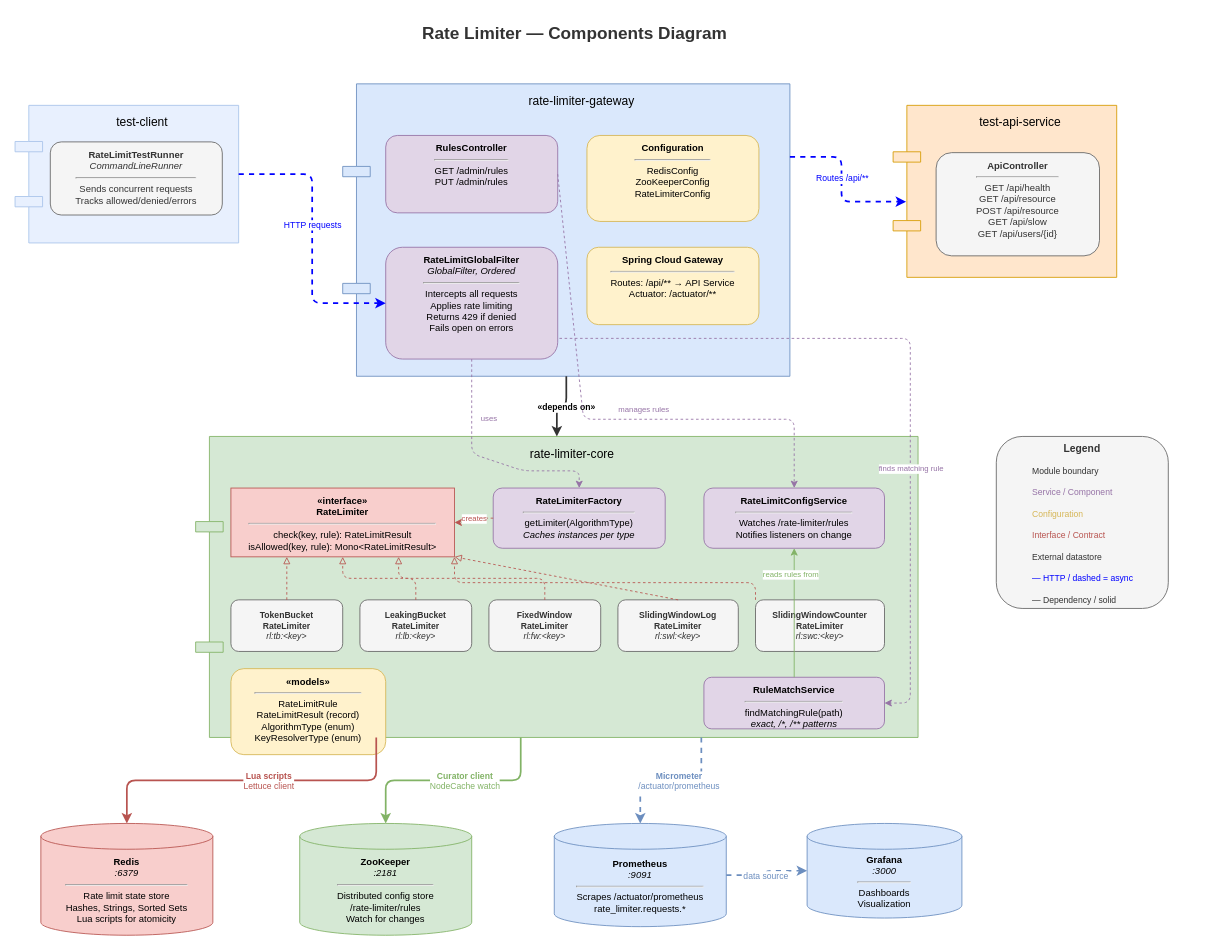
Before: components-diagram.drawio in azastashkov/rate-limiter, a draw.io diagram. Source tidied: cells renumbered, new cells numbered last; positions are measured from the earlier drawing's top-left corner, leaving out a move shared by most shapes. Both pictures are drawn from the tidied source at 86%, with x=0, y=0 at pixel (15, 15).
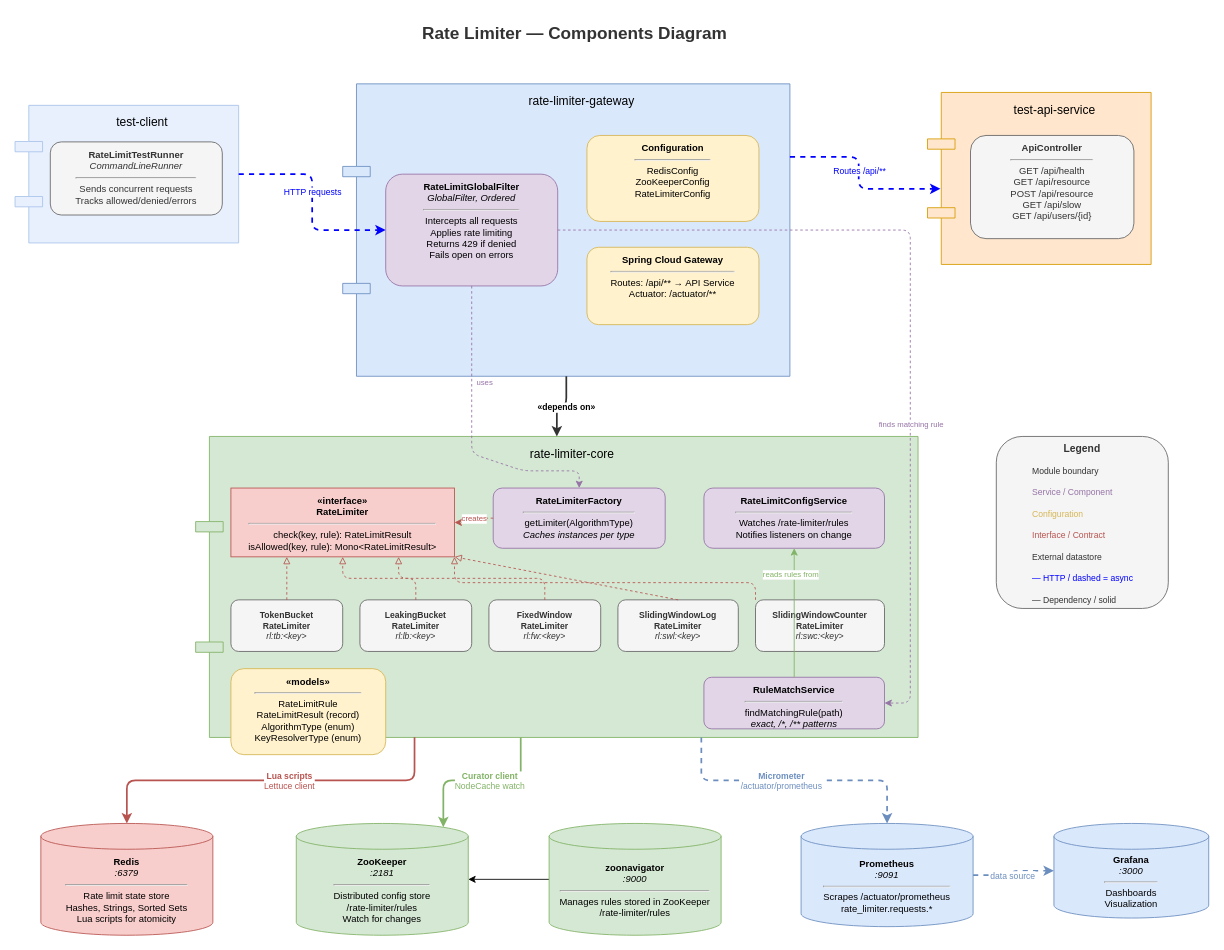
The same diagram, later.

Unchanged cells that the change refers to:
```xml
<mxCell id="7" value="rate-limiter-core" style="shape=component;align=center;spacingLeft=36;rounded=1;shadow=0;strokeColor=#82b366;fillColor=#d5e8d4;fontSize=14;verticalAlign=top;spacingTop=5;whiteSpace=wrap;" parent="1" vertex="1">
  <mxGeometry x="210" y="490" width="840" height="350" as="geometry" />
</mxCell>
<mxCell id="15" value="&lt;b&gt;RateLimitConfigService&lt;/b&gt;&lt;hr&gt;Watches /rate-limiter/rules&lt;br&gt;Notifies listeners on change" style="rounded=1;whiteSpace=wrap;html=1;fillColor=#e1d5e7;strokeColor=#9673a6;fontSize=11;verticalAlign=top;spacingTop=2;align=center;" parent="1" vertex="1">
  <mxGeometry x="801" y="550" width="210" height="70" as="geometry" />
</mxCell>
<mxCell id="16" value="&lt;b&gt;RuleMatchService&lt;/b&gt;&lt;hr&gt;findMatchingRule(path)&lt;br&gt;&lt;i&gt;exact, /*, /** patterns&lt;/i&gt;" style="rounded=1;whiteSpace=wrap;html=1;fillColor=#e1d5e7;strokeColor=#9673a6;fontSize=11;verticalAlign=top;spacingTop=2;align=center;" parent="1" vertex="1">
  <mxGeometry x="801" y="770" width="210" height="60" as="geometry" />
</mxCell>
<mxCell id="22" value="&lt;b&gt;Redis&lt;/b&gt;&lt;br&gt;&lt;i&gt;:6379&lt;/i&gt;&lt;hr&gt;Rate limit state store&lt;br&gt;Hashes, Strings, Sorted Sets&lt;br&gt;Lua scripts for atomicity" style="shape=cylinder3;whiteSpace=wrap;html=1;boundedLbl=1;backgroundOutline=1;size=15;fillColor=#f8cecc;strokeColor=#b85450;fontSize=11;verticalAlign=middle;align=center;" parent="1" vertex="1">
  <mxGeometry x="30" y="940" width="200" height="130" as="geometry" />
</mxCell>
```

Diff of the diagram source:
```diff
@@
     <mxCell id="3" value="&lt;b&gt;RateLimitGlobalFilter&lt;/b&gt;&lt;br&gt;&lt;i&gt;GlobalFilter, Ordered&lt;/i&gt;&lt;br&gt;&lt;hr&gt;Intercepts all requests&lt;br&gt;Applies rate limiting&lt;br&gt;Returns 429 if denied&lt;br&gt;Fails open on errors" style="rounded=1;whiteSpace=wrap;html=1;fillColor=#e1d5e7;strokeColor=#9673a6;fontSize=11;verticalAlign=top;spacingTop=2;align=center;" parent="1" vertex="1">
-      <mxGeometry x="431" y="270" width="200" height="130" as="geometry" />
+      <mxGeometry x="431" y="185" width="200" height="130" as="geometry" />
     </mxCell>
-    <mxCell id="4" value="&lt;b&gt;RulesController&lt;/b&gt;&lt;br&gt;&lt;hr&gt;GET /admin/rules&lt;br&gt;PUT /admin/rules" style="rounded=1;whiteSpace=wrap;html=1;fillColor=#e1d5e7;strokeColor=#9673a6;fontSize=11;verticalAlign=top;spacingTop=2;align=center;" parent="1" vertex="1">
-      <mxGeometry x="431" y="140" width="200" height="90" as="geometry" />
-    </mxCell>
@@
     <mxCell id="18" value="test-api-service" style="shape=component;align=center;spacingLeft=36;rounded=1;shadow=0;strokeColor=#d79b00;fillColor=#ffe6cc;fontSize=14;verticalAlign=top;spacingTop=5;whiteSpace=wrap;" parent="1" vertex="1">
-      <mxGeometry x="1021" y="105" width="260" height="200" as="geometry" />
+      <mxGeometry x="1061" y="90" width="260" height="200" as="geometry" />
     </mxCell>
     <mxCell id="19" value="&lt;b&gt;ApiController&lt;/b&gt;&lt;hr&gt;GET /api/health&lt;br&gt;GET /api/resource&lt;br&gt;POST /api/resource&lt;br&gt;GET /api/slow&lt;br&gt;GET /api/users/{id}" style="rounded=1;whiteSpace=wrap;html=1;fillColor=#f5f5f5;strokeColor=#666666;fontSize=11;verticalAlign=top;spacingTop=2;align=center;fontColor=#333333;" parent="1" vertex="1">
-      <mxGeometry x="1071" y="160" width="190" height="120" as="geometry" />
+      <mxGeometry x="1111" y="140" width="190" height="120" as="geometry" />
     </mxCell>
@@
     <mxCell id="23" value="&lt;b&gt;ZooKeeper&lt;/b&gt;&lt;br&gt;&lt;i&gt;:2181&lt;/i&gt;&lt;hr&gt;Distributed config store&lt;br&gt;/rate-limiter/rules&lt;br&gt;Watch for changes" style="shape=cylinder3;whiteSpace=wrap;html=1;boundedLbl=1;backgroundOutline=1;size=15;fillColor=#d5e8d4;strokeColor=#82b366;fontSize=11;verticalAlign=middle;align=center;" parent="1" vertex="1">
-      <mxGeometry x="331" y="940" width="200" height="130" as="geometry" />
+      <mxGeometry x="327" y="940" width="200" height="130" as="geometry" />
     </mxCell>
     <mxCell id="24" value="&lt;b&gt;Prometheus&lt;/b&gt;&lt;br&gt;&lt;i&gt;:9091&lt;/i&gt;&lt;hr&gt;Scrapes /actuator/prometheus&lt;br&gt;rate_limiter.requests.*" style="shape=cylinder3;whiteSpace=wrap;html=1;boundedLbl=1;backgroundOutline=1;size=15;fillColor=#dae8fc;strokeColor=#6c8ebf;fontSize=11;verticalAlign=middle;align=center;" parent="1" vertex="1">
-      <mxGeometry x="627" y="940" width="200" height="120" as="geometry" />
+      <mxGeometry x="914" y="940" width="200" height="120" as="geometry" />
     </mxCell>
     <mxCell id="25" value="&lt;b&gt;Grafana&lt;/b&gt;&lt;br&gt;&lt;i&gt;:3000&lt;/i&gt;&lt;hr&gt;Dashboards&lt;br&gt;Visualization" style="shape=cylinder3;whiteSpace=wrap;html=1;boundedLbl=1;backgroundOutline=1;size=15;fillColor=#dae8fc;strokeColor=#6c8ebf;fontSize=11;verticalAlign=middle;align=center;" parent="1" vertex="1">
-      <mxGeometry x="921" y="940" width="180" height="110" as="geometry" />
+      <mxGeometry x="1208" y="940" width="180" height="110" as="geometry" />
     </mxCell>
@@
-    <mxCell id="34" style="rounded=1;jettySize=auto;strokeColor=#9673a6;strokeWidth=1;dashed=1;exitX=1.01;exitY=0.815;exitDx=0;exitDy=0;exitPerimeter=0;" parent="1" edge="1" source="3" target="16">
+    <mxCell id="34" style="rounded=1;jettySize=auto;strokeColor=#9673a6;strokeWidth=1;dashed=1;exitX=1;exitY=0.5;exitDx=0;exitDy=0;" parent="1" edge="1" source="3" target="16">
       <mxGeometry relative="1" as="geometry">
         <Array as="points">
-          <mxPoint x="1041" y="376" />
+          <mxPoint x="1041" y="250" />
           <mxPoint x="1041" y="800" />
         </Array>
       </mxGeometry>
     </mxCell>
     <mxCell id="35" value="finds matching rule" style="edgeLabel;html=1;align=center;verticalAlign=middle;fontSize=9;fontColor=#9673a6;" parent="34" vertex="1">
-      <mxGeometry x="0.3" relative="1" as="geometry" />
+      <mxGeometry x="0.3" relative="1" as="geometry">
+        <mxPoint y="-9" as="offset" />
+      </mxGeometry>
     </mxCell>
-    <mxCell id="36" style="rounded=1;jettySize=auto;exitX=1;exitY=0.5;exitDx=0;exitDy=0;entryX=0.5;entryY=0;entryDx=0;entryDy=0;strokeColor=#9673a6;strokeWidth=1;dashed=1;" parent="1" edge="1" source="4" target="15">
-      <mxGeometry relative="1" as="geometry">
-        <Array as="points">
-          <mxPoint x="661" y="470" />
-          <mxPoint x="906" y="470" />
-        </Array>
-      </mxGeometry>
-    </mxCell>
-    <mxCell id="37" value="manages rules" style="edgeLabel;html=1;align=center;verticalAlign=middle;fontSize=9;fontColor=#9673a6;" parent="36" vertex="1">
-      <mxGeometry x="-0.1" relative="1" as="geometry">
-        <mxPoint x="71" as="offset" />
-      </mxGeometry>
-    </mxCell>
@@
-    <mxCell id="47" style="edgeStyle=orthogonalEdgeStyle;rounded=1;jettySize=auto;exitX=0.25;exitY=1;exitDx=0;exitDy=0;entryX=0.5;entryY=0;entryDx=0;entryDy=0;strokeColor=#b85450;strokeWidth=2;" parent="1" edge="1" source="7" target="22">
+    <mxCell id="47" style="edgeStyle=orthogonalEdgeStyle;rounded=1;jettySize=auto;entryX=0.5;entryY=0;entryDx=0;entryDy=0;strokeColor=#b85450;strokeWidth=2;exitX=0.303;exitY=0.999;exitDx=0;exitDy=0;exitPerimeter=0;" parent="1" edge="1" source="7" target="22">
       <mxGeometry relative="1" as="geometry" />
     </mxCell>
@@
-    <mxCell id="49" style="edgeStyle=orthogonalEdgeStyle;rounded=1;jettySize=auto;exitX=0.45;exitY=1;exitDx=0;exitDy=0;entryX=0.5;entryY=0;entryDx=0;entryDy=0;strokeColor=#82b366;strokeWidth=2;" parent="1" edge="1" source="7" target="23">
+    <mxCell id="49" style="edgeStyle=orthogonalEdgeStyle;rounded=1;jettySize=auto;exitX=0.45;exitY=1;exitDx=0;exitDy=0;entryX=0.855;entryY=0;entryDx=0;entryDy=4.35;strokeColor=#82b366;strokeWidth=2;entryPerimeter=0;" parent="1" edge="1" source="7" target="23">
       <mxGeometry relative="1" as="geometry" />
     </mxCell>
@@
+    <mxCell id="64" style="edgeStyle=orthogonalEdgeStyle;rounded=0;jettySize=auto;html=1;exitX=0;exitY=0.5;exitDx=0;exitDy=0;exitPerimeter=0;" parent="1" edge="1" source="65" target="23">
+      <mxGeometry relative="1" as="geometry" />
+    </mxCell>
+    <mxCell id="65" value="&lt;b&gt;zoonavigator&lt;/b&gt;&lt;br&gt;&lt;i&gt;:9000&lt;/i&gt;&lt;hr&gt;Manages rules stored in ZooKeeper&lt;br&gt;/rate-limiter/rules" style="shape=cylinder3;whiteSpace=wrap;html=1;boundedLbl=1;backgroundOutline=1;size=15;fillColor=#d5e8d4;strokeColor=#82b366;fontSize=11;verticalAlign=middle;align=center;" parent="1" vertex="1">
+      <mxGeometry x="621" y="940" width="200" height="130" as="geometry" />
+    </mxCell>
```
